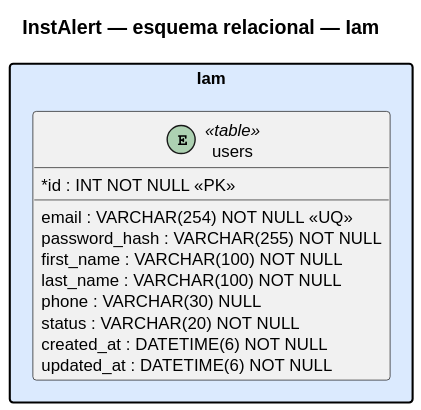
The PlantUML diagram assets/Chapter4/database-diagrams/iam.svg in LosIncreiblesCorp/losIncreibles-project-report, before a commit.
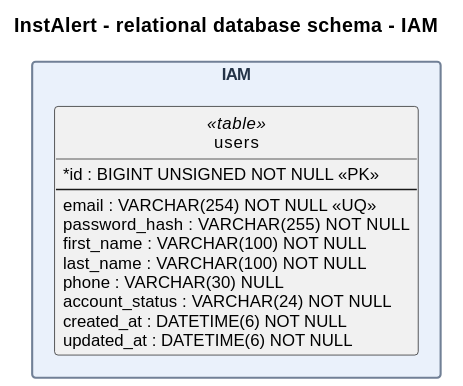
After the change.

Change to the diagram source:
```diff
@@ -1,23 +1,35 @@
 @startuml
+left to right direction
 skinparam shadowing false
+skinparam packageStyle rectangle
+skinparam packageBorderColor #718096
+skinparam packageFontColor #243347
+skinparam entityBackgroundColor #FFFFFF
+skinparam entityBorderColor #64748B
+skinparam entityFontColor #111827
+skinparam entityAttributeFontColor #334155
 skinparam classAttributeIconSize 0
-skinparam packageStyle rectangle
-skinparam linetype polyline
-skinparam defaultFontName SansSerif
+skinparam defaultFontName Arial
 skinparam defaultFontSize 12
-hide empty members
-title InstAlert — esquema relacional — Iam
-package "Iam" #DBEAFE {
-entity "users" as D_users <<table>> {
-* id : INT NOT NULL <<PK>>
-  email : VARCHAR(254) NOT NULL <<UQ>>
-  password_hash : VARCHAR(255) NOT NULL
-  first_name : VARCHAR(100) NOT NULL
-  last_name : VARCHAR(100) NOT NULL
-  phone : VARCHAR(30) NULL
-  status : VARCHAR(20) NOT NULL
-  created_at : DATETIME(6) NOT NULL
-  updated_at : DATETIME(6) NOT NULL
-}
+skinparam ArrowColor #52677C
+skinparam ArrowFontColor #334155
+skinparam ArrowFontSize 10
+skinparam linetype ortho
+hide methods
+hide circle
+title InstAlert - relational database schema - IAM
+package "IAM" as iamContext #EAF1FB {
+  entity "users" as users <<table>> {
+    *id : BIGINT UNSIGNED NOT NULL <<PK>>
+    --
+    email : VARCHAR(254) NOT NULL <<UQ>>
+    password_hash : VARCHAR(255) NOT NULL
+    first_name : VARCHAR(100) NOT NULL
+    last_name : VARCHAR(100) NOT NULL
+    phone : VARCHAR(30) NULL
+    account_status : VARCHAR(24) NOT NULL
+    created_at : DATETIME(6) NOT NULL
+    updated_at : DATETIME(6) NOT NULL
+  }
 }
 @enduml
```
